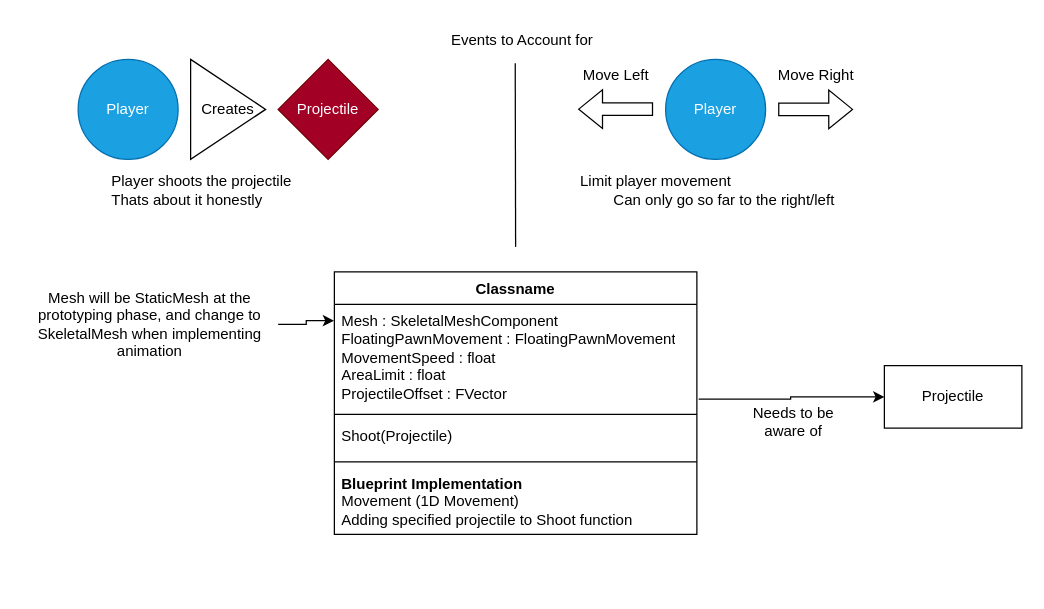
This is Design/PlayerDesign.drawio from Edge321/DragonsDefense_v2, a draw.io file, before an edit. Source tidied: cells renumbered, new cells numbered last; positions are measured from the earlier drawing's top-left corner, leaving out a move shared by most shapes. Both pictures are drawn from the tidied source at 125%, with x=0, y=0 at pixel (21, 21).
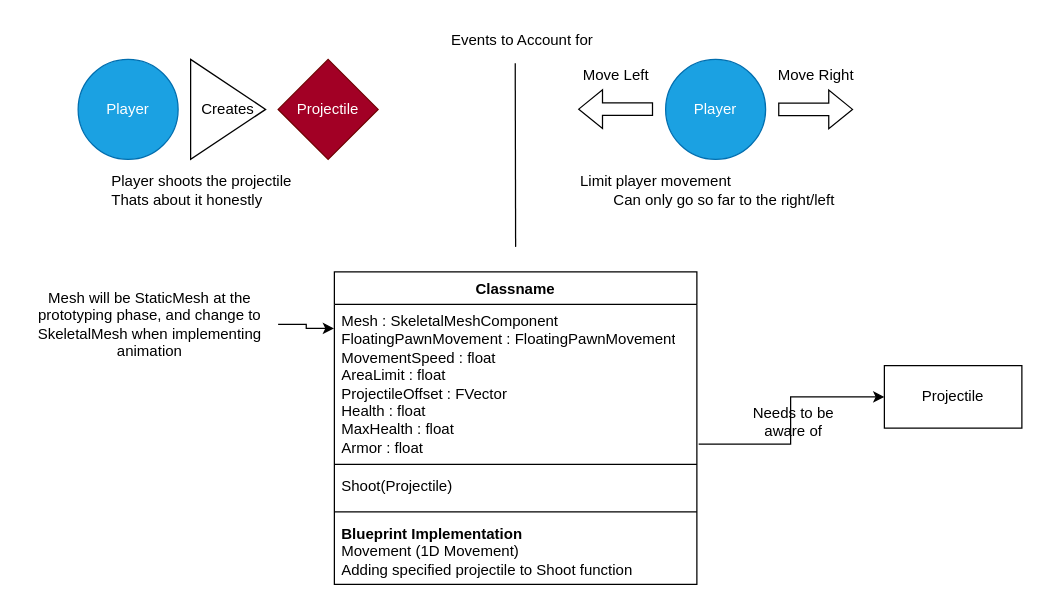
The same diagram, later.

Change to the diagram source:
```diff
@@
     <mxCell id="14" value="Classname" style="swimlane;fontStyle=1;align=center;verticalAlign=top;horizontal=1;startSize=26;whiteSpace=wrap;html=1;" parent="1" vertex="1">
-      <mxGeometry x="250" y="200" width="290" height="210" as="geometry" />
+      <mxGeometry x="250" y="200" width="290" height="250" as="geometry" />
     </mxCell>
-    <mxCell id="15" value="Mesh : SkeletalMeshComponent&lt;br&gt;FloatingPawnMovement : FloatingPawnMovement&lt;br&gt;MovementSpeed : float&lt;br&gt;AreaLimit : float&lt;br&gt;ProjectileOffset : FVector" style="text;strokeColor=none;fillColor=none;align=left;verticalAlign=top;spacingLeft=4;spacingRight=4;overflow=hidden;points=[[0,0.5],[1,0.5]];portConstraint=eastwest;whiteSpace=wrap;html=1;" parent="14" vertex="1">
-      <mxGeometry y="26" width="290" height="84" as="geometry" />
+    <mxCell id="15" value="Mesh : SkeletalMeshComponent&lt;br&gt;FloatingPawnMovement : FloatingPawnMovement&lt;br&gt;MovementSpeed : float&lt;br&gt;AreaLimit : float&lt;br&gt;ProjectileOffset : FVector&lt;br&gt;Health : float&lt;br&gt;MaxHealth : float&lt;br&gt;Armor : float" style="text;strokeColor=none;fillColor=none;align=left;verticalAlign=top;spacingLeft=4;spacingRight=4;overflow=hidden;points=[[0,0.5],[1,0.5]];portConstraint=eastwest;whiteSpace=wrap;html=1;" parent="14" vertex="1">
+      <mxGeometry y="26" width="290" height="124" as="geometry" />
     </mxCell>
     <mxCell id="16" style="line;strokeWidth=1;fillColor=none;align=left;verticalAlign=middle;spacingTop=-1;spacingLeft=3;spacingRight=3;labelPosition=right;strokeColor=inherit;" parent="14" vertex="1">
-      <mxGeometry y="110" width="290" height="8" as="geometry" />
+      <mxGeometry y="150" width="290" height="8" as="geometry" />
     </mxCell>
     <mxCell id="17" value="Shoot(Projectile)" style="text;strokeColor=none;fillColor=none;align=left;verticalAlign=top;spacingLeft=4;spacingRight=4;overflow=hidden;whiteSpace=wrap;html=1;" parent="14" vertex="1">
-      <mxGeometry y="118" width="290" height="30" as="geometry" />
+      <mxGeometry y="158" width="290" height="30" as="geometry" />
     </mxCell>
     <mxCell id="18" style="line;strokeWidth=1;fillColor=none;align=left;verticalAlign=middle;spacingTop=-1;spacingLeft=3;spacingRight=3;labelPosition=right;strokeColor=inherit;" parent="14" vertex="1">
-      <mxGeometry y="148" width="290" height="8" as="geometry" />
+      <mxGeometry y="188" width="290" height="8" as="geometry" />
     </mxCell>
     <mxCell id="19" value="&lt;b&gt;Blueprint Implementation&lt;/b&gt;&lt;br&gt;Movement (1D Movement)&lt;br&gt;Adding specified projectile to Shoot function" style="text;strokeColor=none;fillColor=none;align=left;verticalAlign=top;spacingLeft=4;spacingRight=4;overflow=hidden;whiteSpace=wrap;html=1;" parent="14" vertex="1">
-      <mxGeometry y="156" width="290" height="54" as="geometry" />
+      <mxGeometry y="196" width="290" height="54" as="geometry" />
     </mxCell>
```
